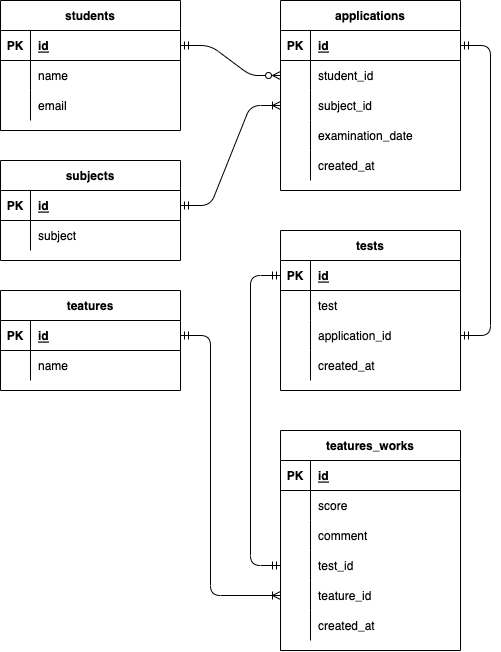
Above: index.drawio.png in zonoproject/excercise-db (draw.io), before the change. Source tidied: cells renumbered, new cells last; positions are measured from the earlier drawing's top-left corner, leaving out a move shared by most shapes.
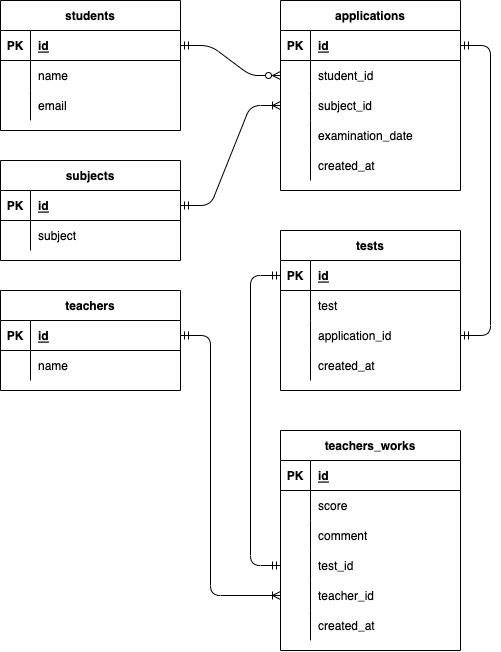
Later version of the same file.

Change to the diagram source:
```diff
@@ -32,7 +32,7 @@
     <mxCell id="11" value="email" style="shape=partialRectangle;fillColor=none;top=0;left=0;bottom=0;right=0;align=left;spacingLeft=6;overflow=hidden;" parent="9" vertex="1">
       <mxGeometry x="30" width="150" height="30" as="geometry" />
     </mxCell>
-    <mxCell id="12" value="teatures" style="shape=table;startSize=30;rowLines=0;fontStyle=1;align=center;" parent="1" vertex="1">
+    <mxCell id="12" value="teachers" style="shape=table;startSize=30;rowLines=0;fontStyle=1;align=center;" parent="1" vertex="1">
       <mxGeometry y="290" width="180" height="100" as="geometry" />
     </mxCell>
     <mxCell id="13" style="shape=partialRectangle;fillColor=none;top=0;left=0;bottom=1;right=0;" parent="12" vertex="1">
@@ -122,7 +122,7 @@
     <mxCell id="41" value="subject" style="shape=partialRectangle;fillColor=none;top=0;left=0;bottom=0;right=0;align=left;spacingLeft=6;overflow=hidden;" parent="39" vertex="1">
       <mxGeometry x="30" width="150" height="30" as="geometry" />
     </mxCell>
-    <mxCell id="42" value="teatures_works" style="shape=table;startSize=30;rowLines=0;fontStyle=1;align=center;" parent="1" vertex="1">
+    <mxCell id="42" value="teachers_works" style="shape=table;startSize=30;rowLines=0;fontStyle=1;align=center;" parent="1" vertex="1">
       <mxGeometry x="280" y="430" width="180" height="220" as="geometry" />
     </mxCell>
     <mxCell id="43" style="shape=partialRectangle;fillColor=none;top=0;left=0;bottom=1;right=0;" parent="42" vertex="1">
@@ -167,7 +167,7 @@
     <mxCell id="56" style="shape=partialRectangle;fillColor=none;top=0;left=0;bottom=0;right=0;overflow=hidden;" parent="55" vertex="1">
       <mxGeometry width="30" height="30" as="geometry" />
     </mxCell>
-    <mxCell id="57" value="teature_id" style="shape=partialRectangle;fillColor=none;top=0;left=0;bottom=0;right=0;align=left;spacingLeft=6;overflow=hidden;" parent="55" vertex="1">
+    <mxCell id="57" value="teacher_id" style="shape=partialRectangle;fillColor=none;top=0;left=0;bottom=0;right=0;align=left;spacingLeft=6;overflow=hidden;" parent="55" vertex="1">
       <mxGeometry x="30" width="150" height="30" as="geometry" />
     </mxCell>
     <mxCell id="58" style="shape=partialRectangle;fillColor=none;top=0;left=0;bottom=0;right=0;" parent="42" vertex="1">
```
